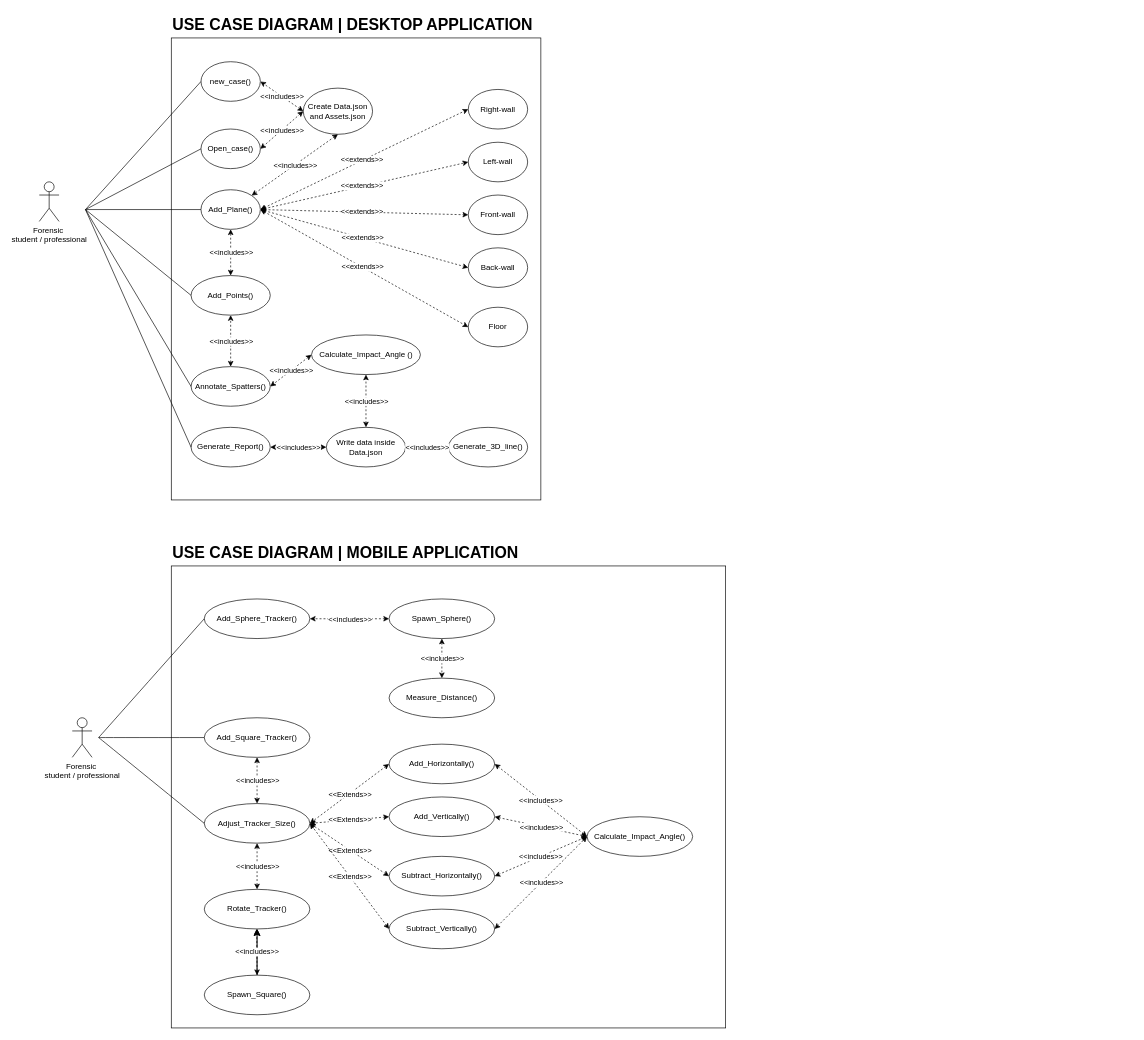
The draw.io diagram AiCore.drawio in HansongProgramming/CapstoneAiCoreDesktop, before the edit. Source tidied: cells renumbered, new cells numbered last; positions are measured from the earlier drawing's top-left corner, leaving out a move shared by most shapes. Both pictures are drawn from the tidied source at 66%, with x=0, y=0 at pixel (39, 11).
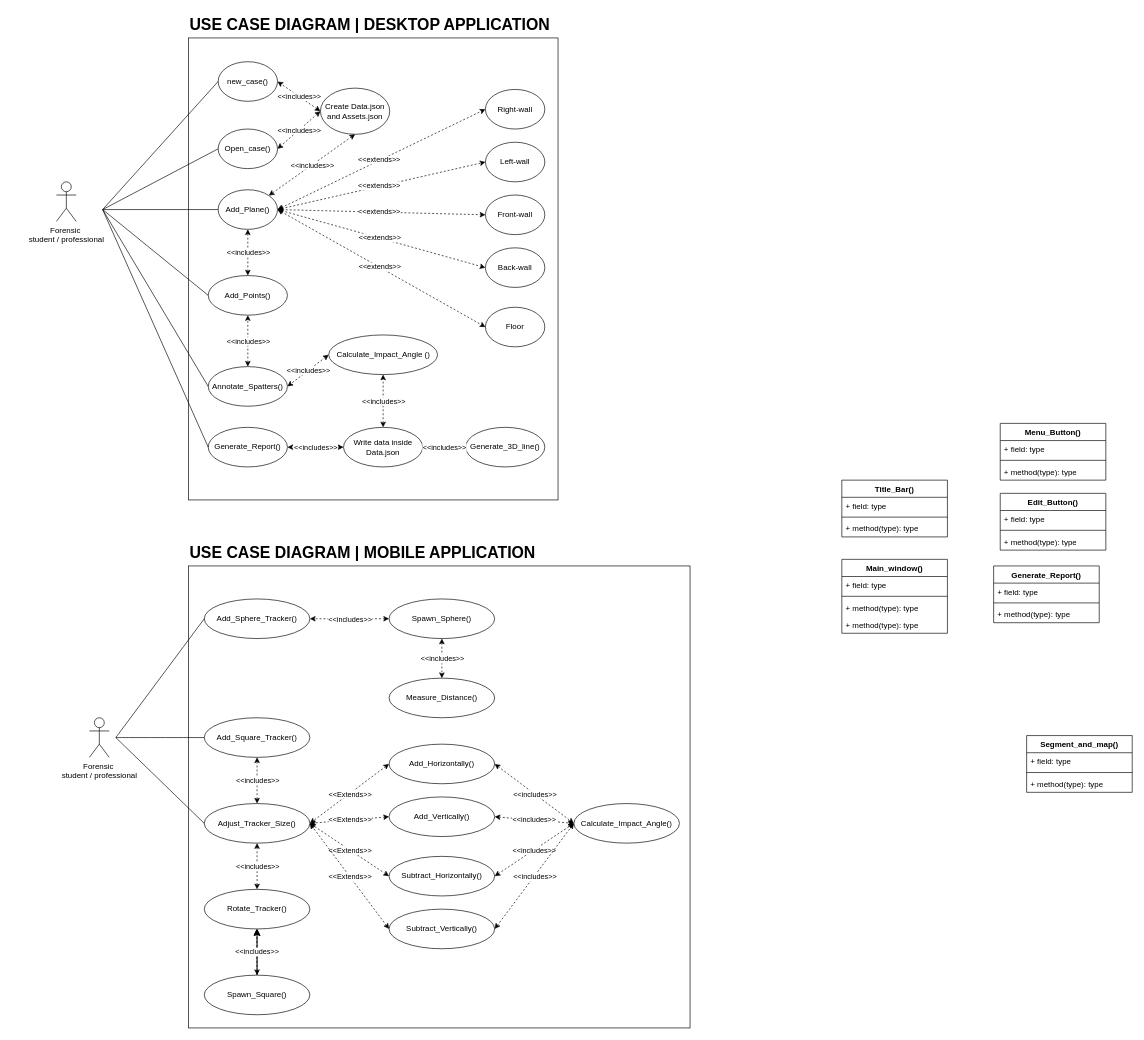
The same page after the edit.

Unchanged cells that the change refers to:
```xml
<mxCell id="58" value="Add_Sphere_Tracker()" style="ellipse;whiteSpace=wrap;html=1;" parent="1" vertex="1">
  <mxGeometry x="250" y="890" width="160" height="60" as="geometry" />
</mxCell>
<mxCell id="59" value="Add_Square_Tracker()" style="ellipse;whiteSpace=wrap;html=1;" parent="1" vertex="1">
  <mxGeometry x="250" y="1070" width="160" height="60" as="geometry" />
</mxCell>
<mxCell id="68" value="Adjust_Tracker_Size()" style="ellipse;whiteSpace=wrap;html=1;" parent="1" vertex="1">
  <mxGeometry x="250" y="1200" width="160" height="60" as="geometry" />
</mxCell>
```

The edit, as a diff of the source:
```diff
@@
     <mxCell id="2" style="rounded=0;whiteSpace=wrap;html=1;" parent="1" vertex="1">
-      <mxGeometry x="200" y="840" width="840" height="700" as="geometry" />
+      <mxGeometry x="226" y="840" width="760" height="700" as="geometry" />
     </mxCell>
     <mxCell id="3" value="Forensic&amp;nbsp;&lt;div&gt;student / professional&lt;/div&gt;" style="shape=umlActor;verticalLabelPosition=bottom;verticalAlign=top;html=1;" parent="1" vertex="1">
-      <mxGeometry x="50" y="1070" width="30" height="60" as="geometry" />
+      <mxGeometry x="76" y="1070" width="30" height="60" as="geometry" />
     </mxCell>
     <mxCell id="4" value="&lt;h1 style=&quot;margin-top: 0px;&quot;&gt;USE CASE DIAGRAM | MOBILE APPLICATION&lt;/h1&gt;" style="text;html=1;whiteSpace=wrap;overflow=hidden;rounded=0;" parent="1" vertex="1">
-      <mxGeometry x="200" y="800" width="590" height="50" as="geometry" />
+      <mxGeometry x="226" y="800" width="590" height="50" as="geometry" />
     </mxCell>
     <mxCell id="5" style="group;" parent="1" vertex="1">
-      <mxGeometry width="790" height="740" as="geometry" />
+      <mxGeometry x="26" width="790" height="740" as="geometry" />
     </mxCell>
@@
     <mxCell id="60" style="endArrow=none;html=1;rounded=0;fontSize=12;startSize=8;endSize=8;curved=1;entryX=0;entryY=0.5;entryDx=0;entryDy=0;" parent="1" edge="1" target="58">
       <mxGeometry relative="1" as="geometry">
-        <mxPoint x="90" y="1100" as="sourcePoint" />
+        <mxPoint x="116" y="1100" as="sourcePoint" />
       </mxGeometry>
     </mxCell>
     <mxCell id="61" style="endArrow=none;html=1;rounded=0;fontSize=12;startSize=8;endSize=8;curved=1;entryX=0;entryY=0.5;entryDx=0;entryDy=0;" parent="1" edge="1" target="59">
       <mxGeometry relative="1" as="geometry">
-        <mxPoint x="90" y="1100" as="sourcePoint" />
+        <mxPoint x="116" y="1100" as="sourcePoint" />
       </mxGeometry>
     </mxCell>
@@
     <mxCell id="73" style="endArrow=none;html=1;rounded=0;fontSize=12;startSize=8;endSize=8;curved=1;entryX=0;entryY=0.5;entryDx=0;entryDy=0;" parent="1" edge="1" target="68">
       <mxGeometry relative="1" as="geometry">
-        <mxPoint x="90" y="1100" as="sourcePoint" />
+        <mxPoint x="116" y="1100" as="sourcePoint" />
       </mxGeometry>
     </mxCell>
@@
     <mxCell id="94" value="Calculate_Impact_Angle()" style="ellipse;whiteSpace=wrap;html=1;" parent="1" vertex="1">
-      <mxGeometry x="830" y="1220" width="160" height="60" as="geometry" />
+      <mxGeometry x="810" y="1200" width="160" height="60" as="geometry" />
     </mxCell>
@@
+    <mxCell id="101" value="Main_window()" style="swimlane;fontStyle=1;align=center;verticalAlign=top;horizontal=1;startSize=26;whiteSpace=wrap;html=1;" parent="1" vertex="1">
+      <mxGeometry x="1216" y="830" width="160" height="112" as="geometry" />
+    </mxCell>
+    <mxCell id="102" value="+ field: type" style="text;strokeColor=none;fillColor=none;align=left;verticalAlign=top;spacingLeft=4;spacingRight=4;overflow=hidden;whiteSpace=wrap;html=1;" parent="101" vertex="1">
+      <mxGeometry y="26" width="160" height="26" as="geometry" />
+    </mxCell>
+    <mxCell id="103" style="line;strokeWidth=1;fillColor=none;align=left;verticalAlign=middle;spacingTop=-1;spacingLeft=3;spacingRight=3;labelPosition=right;strokeColor=inherit;" parent="101" vertex="1">
+      <mxGeometry y="52" width="160" height="8" as="geometry" />
+    </mxCell>
+    <mxCell id="104" value="+ method(type): type" style="text;strokeColor=none;fillColor=none;align=left;verticalAlign=top;spacingLeft=4;spacingRight=4;overflow=hidden;whiteSpace=wrap;html=1;" parent="101" vertex="1">
+      <mxGeometry y="60" width="160" height="26" as="geometry" />
+    </mxCell>
+    <mxCell id="105" value="+ method(type): type" style="text;strokeColor=none;fillColor=none;align=left;verticalAlign=top;spacingLeft=4;spacingRight=4;overflow=hidden;whiteSpace=wrap;html=1;" parent="101" vertex="1">
+      <mxGeometry y="86" width="160" height="26" as="geometry" />
+    </mxCell>
+    <mxCell id="106" value="Generate_Report()" style="swimlane;fontStyle=1;align=center;verticalAlign=top;horizontal=1;startSize=26;whiteSpace=wrap;html=1;" parent="1" vertex="1">
+      <mxGeometry x="1446" y="840" width="160" height="86" as="geometry" />
+    </mxCell>
+    <mxCell id="107" value="+ field: type" style="text;strokeColor=none;fillColor=none;align=left;verticalAlign=top;spacingLeft=4;spacingRight=4;overflow=hidden;whiteSpace=wrap;html=1;" parent="106" vertex="1">
+      <mxGeometry y="26" width="160" height="26" as="geometry" />
+    </mxCell>
+    <mxCell id="108" style="line;strokeWidth=1;fillColor=none;align=left;verticalAlign=middle;spacingTop=-1;spacingLeft=3;spacingRight=3;labelPosition=right;strokeColor=inherit;" parent="106" vertex="1">
+      <mxGeometry y="52" width="160" height="8" as="geometry" />
+    </mxCell>
+    <mxCell id="109" value="+ method(type): type" style="text;strokeColor=none;fillColor=none;align=left;verticalAlign=top;spacingLeft=4;spacingRight=4;overflow=hidden;whiteSpace=wrap;html=1;" parent="106" vertex="1">
+      <mxGeometry y="60" width="160" height="26" as="geometry" />
+    </mxCell>
+    <mxCell id="110" value="Title_Bar()" style="swimlane;fontStyle=1;align=center;verticalAlign=top;horizontal=1;startSize=26;whiteSpace=wrap;html=1;" parent="1" vertex="1">
+      <mxGeometry x="1216" y="710" width="160" height="86" as="geometry" />
+    </mxCell>
+    <mxCell id="111" value="+ field: type" style="text;strokeColor=none;fillColor=none;align=left;verticalAlign=top;spacingLeft=4;spacingRight=4;overflow=hidden;whiteSpace=wrap;html=1;" parent="110" vertex="1">
+      <mxGeometry y="26" width="160" height="26" as="geometry" />
+    </mxCell>
+    <mxCell id="112" style="line;strokeWidth=1;fillColor=none;align=left;verticalAlign=middle;spacingTop=-1;spacingLeft=3;spacingRight=3;labelPosition=right;strokeColor=inherit;" parent="110" vertex="1">
+      <mxGeometry y="52" width="160" height="8" as="geometry" />
+    </mxCell>
+    <mxCell id="113" value="+ method(type): type" style="text;strokeColor=none;fillColor=none;align=left;verticalAlign=top;spacingLeft=4;spacingRight=4;overflow=hidden;whiteSpace=wrap;html=1;" parent="110" vertex="1">
+      <mxGeometry y="60" width="160" height="26" as="geometry" />
+    </mxCell>
+    <mxCell id="114" value="Menu_Button()" style="swimlane;fontStyle=1;align=center;verticalAlign=top;horizontal=1;startSize=26;whiteSpace=wrap;html=1;" parent="1" vertex="1">
+      <mxGeometry x="1456" y="624" width="160" height="86" as="geometry" />
+    </mxCell>
+    <mxCell id="115" value="+ field: type" style="text;strokeColor=none;fillColor=none;align=left;verticalAlign=top;spacingLeft=4;spacingRight=4;overflow=hidden;whiteSpace=wrap;html=1;" parent="114" vertex="1">
+      <mxGeometry y="26" width="160" height="26" as="geometry" />
+    </mxCell>
+    <mxCell id="116" style="line;strokeWidth=1;fillColor=none;align=left;verticalAlign=middle;spacingTop=-1;spacingLeft=3;spacingRight=3;labelPosition=right;strokeColor=inherit;" parent="114" vertex="1">
+      <mxGeometry y="52" width="160" height="8" as="geometry" />
+    </mxCell>
+    <mxCell id="117" value="+ method(type): type" style="text;strokeColor=none;fillColor=none;align=left;verticalAlign=top;spacingLeft=4;spacingRight=4;overflow=hidden;whiteSpace=wrap;html=1;" parent="114" vertex="1">
+      <mxGeometry y="60" width="160" height="26" as="geometry" />
+    </mxCell>
+    <mxCell id="118" value="Edit_Button()" style="swimlane;fontStyle=1;align=center;verticalAlign=top;horizontal=1;startSize=26;whiteSpace=wrap;html=1;" parent="1" vertex="1">
+      <mxGeometry x="1456" y="730" width="160" height="86" as="geometry" />
+    </mxCell>
+    <mxCell id="119" value="+ field: type" style="text;strokeColor=none;fillColor=none;align=left;verticalAlign=top;spacingLeft=4;spacingRight=4;overflow=hidden;whiteSpace=wrap;html=1;" parent="118" vertex="1">
+      <mxGeometry y="26" width="160" height="26" as="geometry" />
+    </mxCell>
+    <mxCell id="120" style="line;strokeWidth=1;fillColor=none;align=left;verticalAlign=middle;spacingTop=-1;spacingLeft=3;spacingRight=3;labelPosition=right;strokeColor=inherit;" parent="118" vertex="1">
+      <mxGeometry y="52" width="160" height="8" as="geometry" />
+    </mxCell>
+    <mxCell id="121" value="+ method(type): type" style="text;strokeColor=none;fillColor=none;align=left;verticalAlign=top;spacingLeft=4;spacingRight=4;overflow=hidden;whiteSpace=wrap;html=1;" parent="118" vertex="1">
+      <mxGeometry y="60" width="160" height="26" as="geometry" />
+    </mxCell>
+    <mxCell id="122" value="Segment_and_map()" style="swimlane;fontStyle=1;align=center;verticalAlign=top;horizontal=1;startSize=26;whiteSpace=wrap;html=1;" parent="1" vertex="1">
+      <mxGeometry x="1496" y="1097" width="160" height="86" as="geometry" />
+    </mxCell>
+    <mxCell id="123" value="+ field: type" style="text;strokeColor=none;fillColor=none;align=left;verticalAlign=top;spacingLeft=4;spacingRight=4;overflow=hidden;whiteSpace=wrap;html=1;" parent="122" vertex="1">
+      <mxGeometry y="26" width="160" height="26" as="geometry" />
+    </mxCell>
+    <mxCell id="124" style="line;strokeWidth=1;fillColor=none;align=left;verticalAlign=middle;spacingTop=-1;spacingLeft=3;spacingRight=3;labelPosition=right;strokeColor=inherit;" parent="122" vertex="1">
+      <mxGeometry y="52" width="160" height="8" as="geometry" />
+    </mxCell>
+    <mxCell id="125" value="+ method(type): type" style="text;strokeColor=none;fillColor=none;align=left;verticalAlign=top;spacingLeft=4;spacingRight=4;overflow=hidden;whiteSpace=wrap;html=1;" parent="122" vertex="1">
+      <mxGeometry y="60" width="160" height="26" as="geometry" />
+    </mxCell>
```
